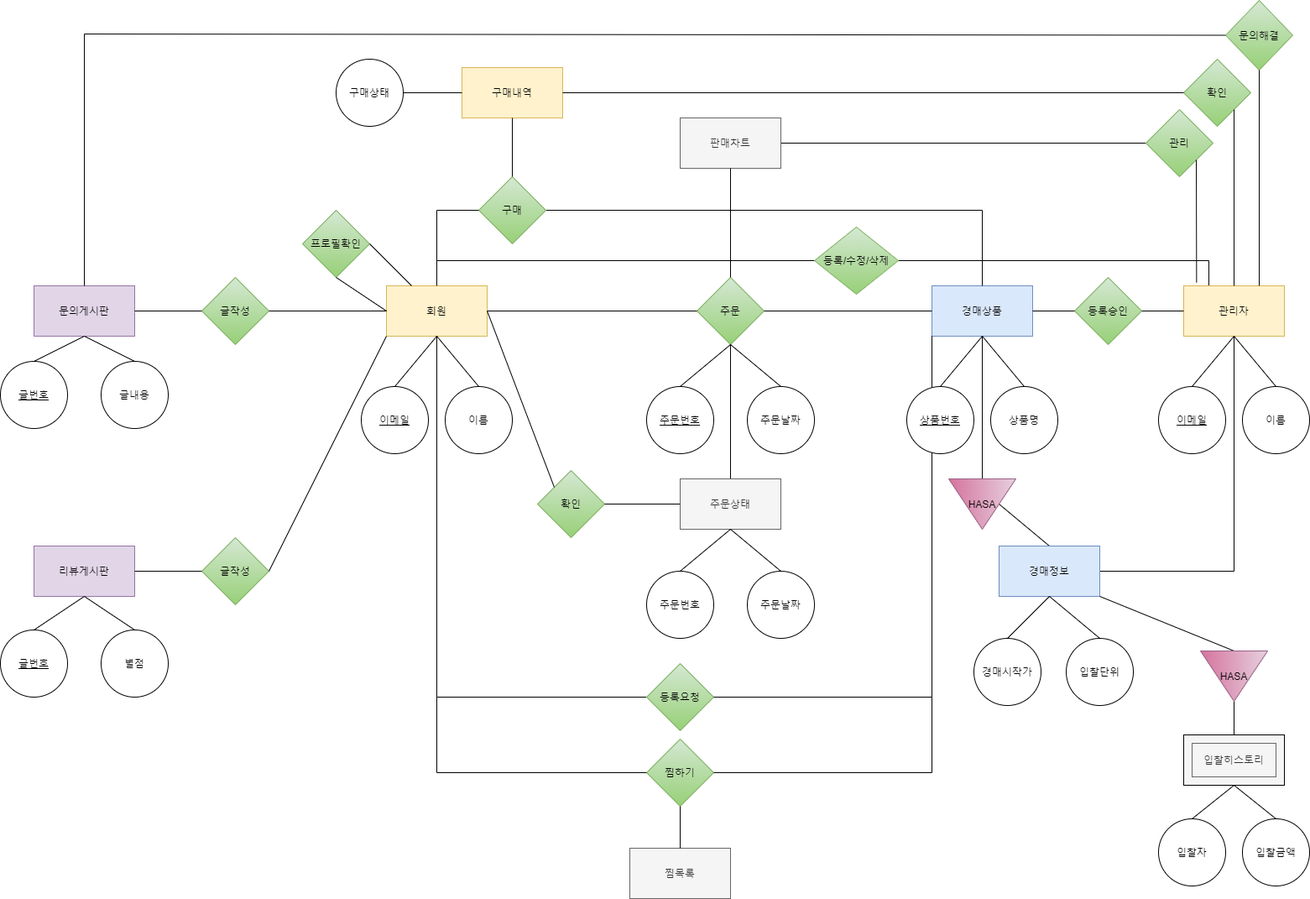
gombibi/proj3_doc keeps this draw.io diagram as ERD_2th_bibi.png. Above is the earlier version. Source tidied: cells renumbered, new cells last; positions are measured from the earlier drawing's top-left corner, leaving out a move shared by most shapes.
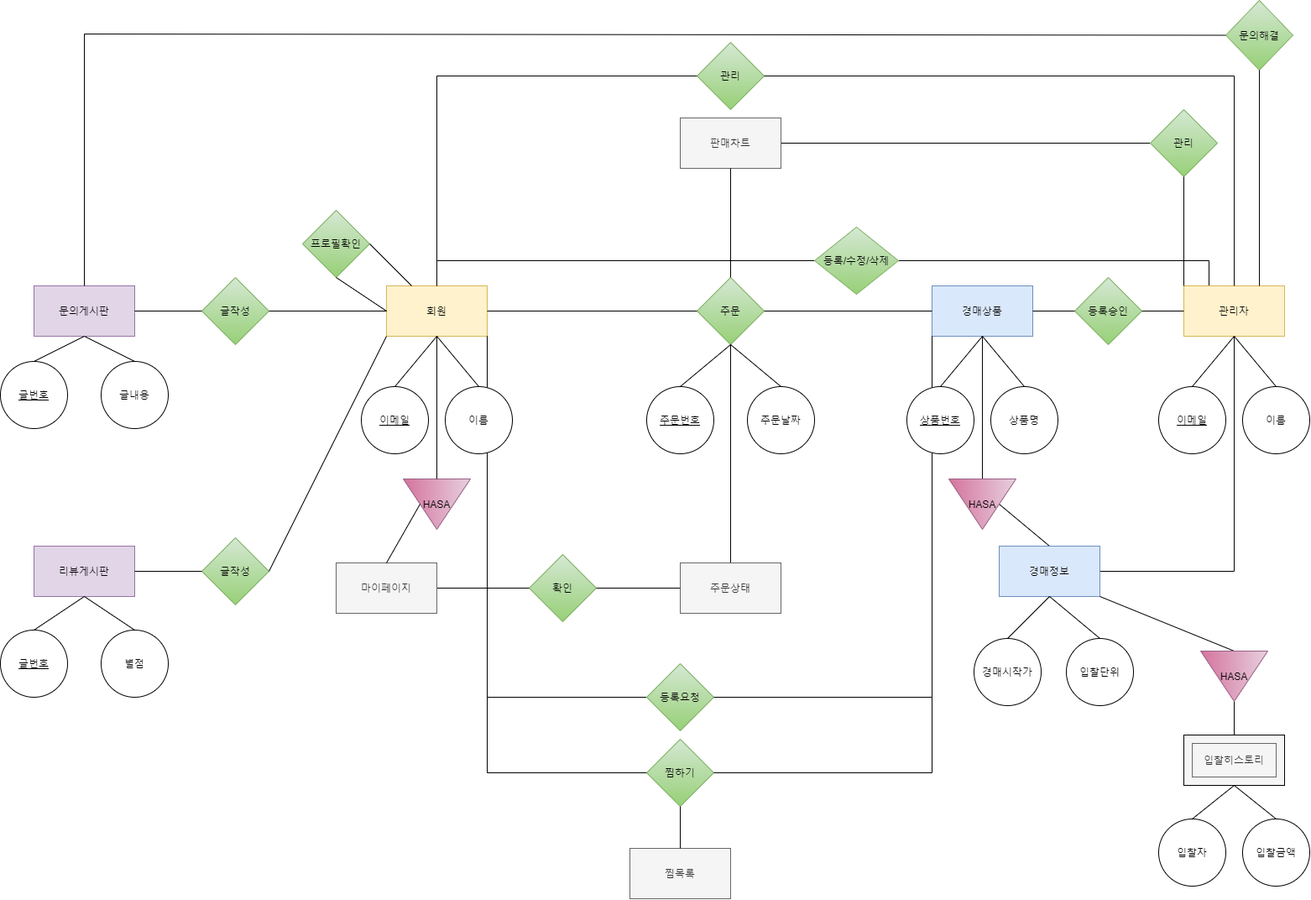
After the change.

What changed in the source:
```diff
@@ -20,9 +20,6 @@
     <mxCell id="7" value="이메일" style="ellipse;whiteSpace=wrap;html=1;fontStyle=4;" parent="1" vertex="1">
       <mxGeometry x="430" y="460" width="80" height="80" as="geometry" />
     </mxCell>
-    <mxCell id="8" value="이름" style="ellipse;whiteSpace=wrap;html=1;" parent="1" vertex="1">
-      <mxGeometry x="530" y="460" width="80" height="80" as="geometry" />
-    </mxCell>
     <mxCell id="9" value="주문날짜" style="ellipse;whiteSpace=wrap;html=1;" parent="1" vertex="1">
       <mxGeometry x="890" y="460" width="80" height="80" as="geometry" />
     </mxCell>
@@ -76,10 +73,10 @@
     <mxCell id="24" style="endArrow=none;html=1;rounded=0;entryX=0.5;entryY=1;entryDx=0;entryDy=0;exitX=0.5;exitY=0;exitDx=0;exitDy=0;" parent="1" edge="1" source="22" target="20">
       <mxGeometry relative="1" as="geometry" />
     </mxCell>
-    <mxCell id="25" style="endArrow=none;html=1;rounded=0;entryX=0.5;entryY=1;entryDx=0;entryDy=0;exitX=0;exitY=0.5;exitDx=0;exitDy=0;" parent="1" edge="1" source="43" target="2">
+    <mxCell id="25" style="endArrow=none;html=1;rounded=0;entryX=1;entryY=1;entryDx=0;entryDy=0;exitX=0;exitY=0.5;exitDx=0;exitDy=0;" parent="1" edge="1" source="43" target="2">
       <mxGeometry relative="1" as="geometry">
         <Array as="points">
-          <mxPoint x="520" y="830" />
+          <mxPoint x="580" y="830" />
         </Array>
       </mxGeometry>
     </mxCell>
@@ -149,24 +146,6 @@
         </Array>
       </mxGeometry>
     </mxCell>
-    <mxCell id="45" style="endArrow=none;html=1;rounded=0;entryX=0.5;entryY=0;entryDx=0;entryDy=0;startArrow=none;" parent="1" edge="1" source="46" target="3">
-      <mxGeometry relative="1" as="geometry">
-        <Array as="points">
-          <mxPoint x="1170" y="250" />
-        </Array>
-      </mxGeometry>
-    </mxCell>
-    <mxCell id="46" value="구매" style="rhombus;whiteSpace=wrap;html=1;fillColor=#d5e8d4;strokeColor=#82b366;gradientColor=#97d077;" parent="1" vertex="1">
-      <mxGeometry x="570" y="210" width="80" height="80" as="geometry" />
-    </mxCell>
-    <mxCell id="47" style="endArrow=none;html=1;rounded=0;" parent="1" edge="1" target="46">
-      <mxGeometry relative="1" as="geometry">
-        <mxPoint x="520" y="335" as="sourcePoint" />
-        <Array as="points">
-          <mxPoint x="520" y="250" />
-        </Array>
-      </mxGeometry>
-    </mxCell>
     <mxCell id="48" style="endArrow=none;html=1;rounded=0;entryX=1;entryY=0.5;entryDx=0;entryDy=0;startArrow=none;exitX=0;exitY=0.5;exitDx=0;exitDy=0;" parent="1" edge="1" source="65" target="69">
       <mxGeometry relative="1" as="geometry" />
     </mxCell>
@@ -207,20 +186,8 @@
       </mxGeometry>
     </mxCell>
     <mxCell id="59" value="주문상태" style="rounded=0;whiteSpace=wrap;html=1;fillColor=#f5f5f5;strokeColor=#666666;fontColor=#333333;" parent="1" vertex="1">
-      <mxGeometry x="810" y="570" width="120" height="60" as="geometry" />
+      <mxGeometry x="810" y="670" width="120" height="60" as="geometry" />
     </mxCell>
-    <mxCell id="60" value="주문날짜" style="ellipse;whiteSpace=wrap;html=1;" parent="1" vertex="1">
-      <mxGeometry x="890" y="680" width="80" height="80" as="geometry" />
-    </mxCell>
-    <mxCell id="61" value="주문번호" style="ellipse;whiteSpace=wrap;html=1;" parent="1" vertex="1">
-      <mxGeometry x="770" y="680" width="80" height="80" as="geometry" />
-    </mxCell>
-    <mxCell id="62" style="endArrow=none;html=1;rounded=0;entryX=0.5;entryY=1;entryDx=0;entryDy=0;exitX=0.5;exitY=0;exitDx=0;exitDy=0;" parent="1" edge="1" source="61" target="59">
-      <mxGeometry relative="1" as="geometry" />
-    </mxCell>
-    <mxCell id="63" style="endArrow=none;html=1;rounded=0;exitX=0.5;exitY=0;exitDx=0;exitDy=0;entryX=0.5;entryY=1;entryDx=0;entryDy=0;" parent="1" edge="1" source="60" target="59">
-      <mxGeometry relative="1" as="geometry" />
-    </mxCell>
     <mxCell id="64" style="endArrow=none;html=1;rounded=0;entryX=0.5;entryY=0;entryDx=0;entryDy=0;exitX=0;exitY=0.5;exitDx=0;exitDy=0;startArrow=none;" parent="1" edge="1" source="67" target="50">
       <mxGeometry relative="1" as="geometry">
         <Array as="points">
@@ -229,9 +196,9 @@
       </mxGeometry>
     </mxCell>
     <mxCell id="65" value="관리" style="rhombus;whiteSpace=wrap;html=1;fillColor=#d5e8d4;strokeColor=#82b366;gradientColor=#97d077;" parent="1" vertex="1">
-      <mxGeometry x="1365" y="130" width="80" height="80" as="geometry" />
+      <mxGeometry x="1370" y="130" width="80" height="80" as="geometry" />
     </mxCell>
-    <mxCell id="66" style="endArrow=none;html=1;rounded=0;entryX=1;entryY=1;entryDx=0;entryDy=0;exitX=0.128;exitY=-0.067;exitDx=0;exitDy=0;exitPerimeter=0;" parent="1" edge="1" source="20" target="65">
+    <mxCell id="66" style="endArrow=none;html=1;rounded=0;entryX=0.5;entryY=1;entryDx=0;entryDy=0;exitX=0;exitY=0;exitDx=0;exitDy=0;" parent="1" edge="1" source="20" target="65">
       <mxGeometry relative="1" as="geometry" />
     </mxCell>
     <mxCell id="67" value="문의해결" style="rhombus;whiteSpace=wrap;html=1;fillColor=#d5e8d4;strokeColor=#82b366;gradientColor=#97d077;" parent="1" vertex="1">
@@ -246,27 +213,23 @@
     <mxCell id="70" style="endArrow=none;html=1;rounded=0;entryX=0.5;entryY=1;entryDx=0;entryDy=0;exitX=0.5;exitY=0;exitDx=0;exitDy=0;" parent="1" edge="1" source="4" target="69">
       <mxGeometry relative="1" as="geometry" />
     </mxCell>
-    <mxCell id="71" value="구매내역" style="rounded=0;whiteSpace=wrap;html=1;fillColor=#fff2cc;strokeColor=#d6b656;" parent="1" vertex="1">
-      <mxGeometry x="550" y="80" width="120" height="60" as="geometry" />
-    </mxCell>
-    <mxCell id="72" value="구매상태" style="ellipse;whiteSpace=wrap;html=1;direction=south;" parent="1" vertex="1">
-      <mxGeometry x="400" y="70" width="80" height="80" as="geometry" />
-    </mxCell>
-    <mxCell id="73" value="확인" style="rhombus;whiteSpace=wrap;html=1;fillColor=#d5e8d4;strokeColor=#82b366;gradientColor=#97d077;" parent="1" vertex="1">
-      <mxGeometry x="1410" y="70" width="80" height="80" as="geometry" />
+    <mxCell id="73" value="관리" style="rhombus;whiteSpace=wrap;html=1;fillColor=#d5e8d4;strokeColor=#82b366;gradientColor=#97d077;" parent="1" vertex="1">
+      <mxGeometry x="830" y="50" width="80" height="80" as="geometry" />
     </mxCell>
-    <mxCell id="74" style="endArrow=none;html=1;rounded=0;entryX=0;entryY=0.5;entryDx=0;entryDy=0;exitX=0.5;exitY=0;exitDx=0;exitDy=0;" parent="1" edge="1" source="72" target="71">
-      <mxGeometry relative="1" as="geometry" />
-    </mxCell>
-    <mxCell id="75" style="endArrow=none;html=1;rounded=0;entryX=1;entryY=0.5;entryDx=0;entryDy=0;exitX=0;exitY=0.5;exitDx=0;exitDy=0;" parent="1" edge="1" source="73" target="71">
-      <mxGeometry relative="1" as="geometry" />
+    <mxCell id="75" style="endArrow=none;html=1;rounded=0;entryX=0.5;entryY=0;entryDx=0;entryDy=0;exitX=0;exitY=0.5;exitDx=0;exitDy=0;" parent="1" edge="1" source="73" target="2">
+      <mxGeometry relative="1" as="geometry">
+        <Array as="points">
+          <mxPoint x="520" y="90" />
+        </Array>
+      </mxGeometry>
     </mxCell>
-    <mxCell id="76" style="endArrow=none;html=1;rounded=0;entryX=0.5;entryY=0;entryDx=0;entryDy=0;exitX=1;exitY=1;exitDx=0;exitDy=0;" parent="1" edge="1" source="73" target="20">
-      <mxGeometry relative="1" as="geometry" />
+    <mxCell id="76" style="endArrow=none;html=1;rounded=0;entryX=0.5;entryY=0;entryDx=0;entryDy=0;exitX=1;exitY=0.5;exitDx=0;exitDy=0;" parent="1" edge="1" source="73" target="20">
+      <mxGeometry relative="1" as="geometry">
+        <Array as="points">
+          <mxPoint x="1470" y="90" />
+        </Array>
+      </mxGeometry>
     </mxCell>
-    <mxCell id="77" style="endArrow=none;html=1;rounded=0;entryX=0.5;entryY=1;entryDx=0;entryDy=0;" parent="1" edge="1" source="46" target="71">
-      <mxGeometry relative="1" as="geometry" />
-    </mxCell>
     <mxCell id="78" style="endArrow=none;html=1;rounded=0;entryX=1;entryY=1;entryDx=0;entryDy=0;exitX=0;exitY=0.5;exitDx=0;exitDy=0;" parent="1" edge="1" source="84" target="35">
       <mxGeometry relative="1" as="geometry" />
     </mxCell>
@@ -294,12 +257,12 @@
       <mxGeometry x="1420" y="885" width="100" height="40" as="geometry" />
     </mxCell>
     <mxCell id="86" value="확인" style="rhombus;whiteSpace=wrap;html=1;fillColor=#d5e8d4;strokeColor=#82b366;gradientColor=#97d077;" parent="1" vertex="1">
-      <mxGeometry x="640" y="560" width="80" height="80" as="geometry" />
+      <mxGeometry x="630" y="660" width="80" height="80" as="geometry" />
     </mxCell>
     <mxCell id="87" style="endArrow=none;html=1;rounded=0;entryX=0;entryY=0.5;entryDx=0;entryDy=0;exitX=1;exitY=0.5;exitDx=0;exitDy=0;" parent="1" edge="1" source="86" target="59">
       <mxGeometry relative="1" as="geometry" />
     </mxCell>
-    <mxCell id="88" style="endArrow=none;html=1;rounded=0;entryX=0;entryY=0;entryDx=0;entryDy=0;exitX=1;exitY=0.5;exitDx=0;exitDy=0;" parent="1" edge="1" source="2" target="86">
+    <mxCell id="88" style="endArrow=none;html=1;rounded=0;entryX=0;entryY=0.5;entryDx=0;entryDy=0;exitX=1;exitY=0.5;exitDx=0;exitDy=0;" parent="1" edge="1" source="101" target="86">
       <mxGeometry relative="1" as="geometry" />
     </mxCell>
     <mxCell id="89" value="HASA" style="triangle;whiteSpace=wrap;html=1;direction=south;fillColor=#e6d0de;gradientColor=#d5739d;strokeColor=#996185;" parent="1" vertex="1">
@@ -314,10 +277,10 @@
     <mxCell id="92" value="찜하기" style="rhombus;whiteSpace=wrap;html=1;fillColor=#d5e8d4;strokeColor=#82b366;gradientColor=#97d077;" parent="1" vertex="1">
       <mxGeometry x="770" y="880" width="80" height="80" as="geometry" />
     </mxCell>
-    <mxCell id="93" style="endArrow=none;html=1;rounded=0;exitX=0;exitY=0.5;exitDx=0;exitDy=0;entryX=0.5;entryY=1;entryDx=0;entryDy=0;" parent="1" edge="1" source="92" target="2">
+    <mxCell id="93" style="endArrow=none;html=1;rounded=0;exitX=0;exitY=0.5;exitDx=0;exitDy=0;entryX=1;entryY=1;entryDx=0;entryDy=0;" parent="1" edge="1" source="92" target="2">
       <mxGeometry relative="1" as="geometry">
         <Array as="points">
-          <mxPoint x="520" y="920" />
+          <mxPoint x="580" y="920" />
         </Array>
       </mxGeometry>
     </mxCell>
@@ -346,5 +309,20 @@
     <mxCell id="100" style="endArrow=none;html=1;rounded=0;exitX=1;exitY=0.5;exitDx=0;exitDy=0;entryX=0.25;entryY=0;entryDx=0;entryDy=0;" parent="1" edge="1" source="98" target="2">
       <mxGeometry relative="1" as="geometry" />
     </mxCell>
+    <mxCell id="101" value="마이페이지" style="rounded=0;whiteSpace=wrap;html=1;fillColor=#f5f5f5;fontColor=#333333;strokeColor=#666666;" parent="1" vertex="1">
+      <mxGeometry x="400" y="670" width="120" height="60" as="geometry" />
+    </mxCell>
+    <mxCell id="102" value="HASA" style="triangle;whiteSpace=wrap;html=1;direction=south;fillColor=#e6d0de;gradientColor=#d5739d;strokeColor=#996185;" parent="1" vertex="1">
+      <mxGeometry x="480" y="570" width="80" height="60" as="geometry" />
+    </mxCell>
+    <mxCell id="8" value="이름" style="ellipse;whiteSpace=wrap;html=1;" parent="1" vertex="1">
+      <mxGeometry x="530" y="460" width="80" height="80" as="geometry" />
+    </mxCell>
+    <mxCell id="103" style="endArrow=none;html=1;rounded=0;entryX=0.5;entryY=1;entryDx=0;entryDy=0;exitX=0;exitY=0.5;exitDx=0;exitDy=0;" parent="1" edge="1" source="102" target="2">
+      <mxGeometry relative="1" as="geometry" />
+    </mxCell>
+    <mxCell id="104" style="endArrow=none;html=1;rounded=0;entryX=0.5;entryY=0;entryDx=0;entryDy=0;exitX=0.5;exitY=1;exitDx=0;exitDy=0;" parent="1" edge="1" source="102" target="101">
+      <mxGeometry relative="1" as="geometry" />
+    </mxCell>
   </root>
 </mxGraphModel>
```
